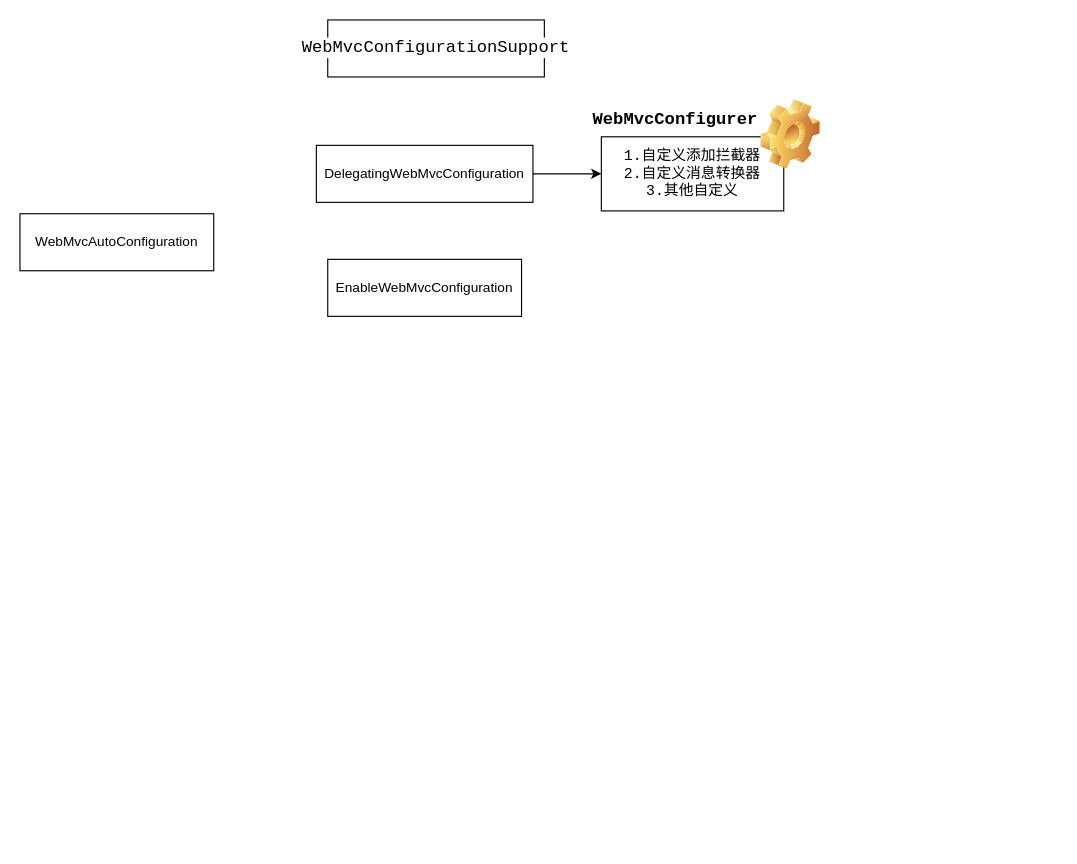
Before: src/Untitled Diagram.drawio in CoderUDream/JavaDemo, a draw.io diagram. Source tidied: cells renumbered, new cells numbered last; positions are measured from the earlier drawing's top-left corner, leaving out a move shared by most shapes. Both pictures are drawn from the tidied source at 114%, with x=0, y=0 at pixel (19, 19).
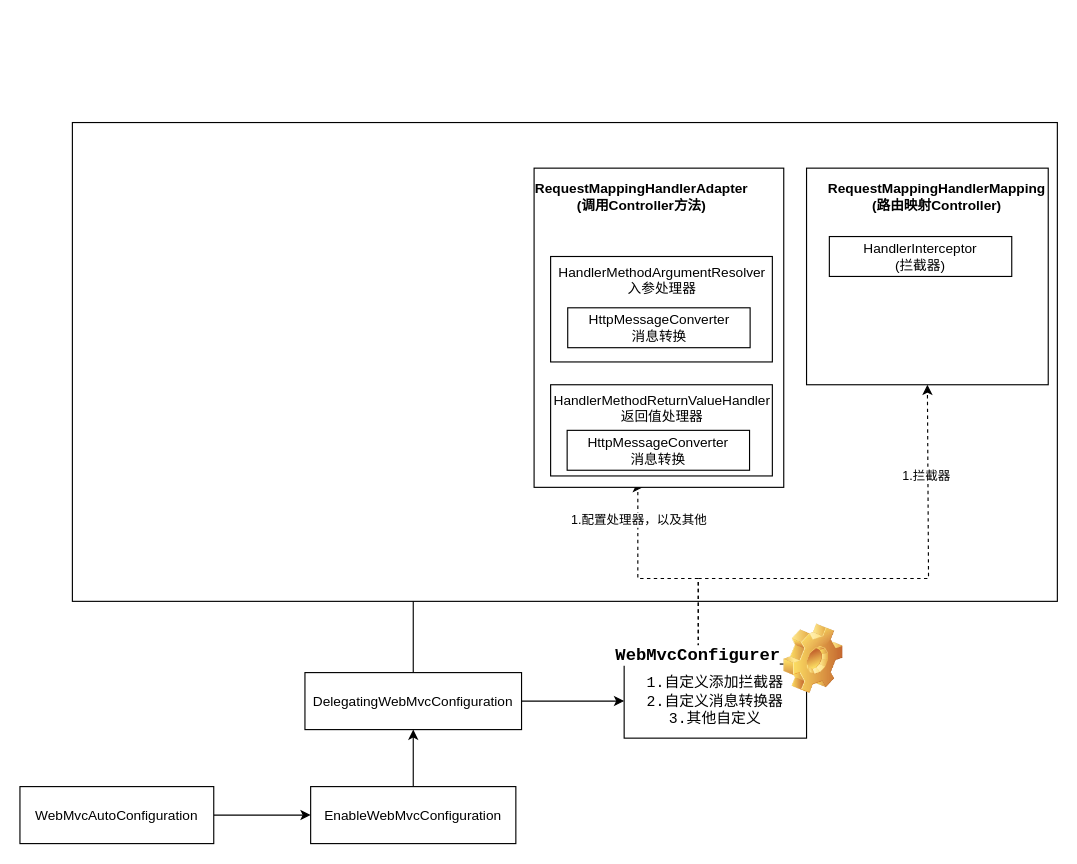
Above is the later version.

Diff of the diagram source:
```diff
@@
+    <mxCell id="10" style="edgeStyle=orthogonalEdgeStyle;rounded=0;jettySize=auto;html=1;fontColor=#000000;" parent="1" edge="1" source="2" target="3">
+      <mxGeometry relative="1" as="geometry" />
+    </mxCell>
     <mxCell id="2" value="WebMvcAutoConfiguration" style="rounded=0;whiteSpace=wrap;html=1;fillColor=#ffffff;" parent="1" vertex="1">
-      <mxGeometry y="170" width="170" height="50" as="geometry" />
+      <mxGeometry y="672.5" width="170" height="50" as="geometry" />
     </mxCell>
+    <mxCell id="11" style="edgeStyle=orthogonalEdgeStyle;rounded=0;jettySize=auto;html=1;fontColor=#000000;" parent="1" edge="1" source="3" target="5">
+      <mxGeometry relative="1" as="geometry" />
+    </mxCell>
     <mxCell id="3" value="EnableWebMvcConfiguration" style="rounded=0;whiteSpace=wrap;html=1;fillColor=#ffffff;" parent="1" vertex="1">
-      <mxGeometry x="270" y="210" width="170" height="50" as="geometry" />
+      <mxGeometry x="255" y="672.5" width="180" height="50" as="geometry" />
     </mxCell>
@@
+    <mxCell id="12" style="rounded=0;jettySize=auto;html=1;fontColor=#000000;exitX=0.5;exitY=0;exitDx=0;exitDy=0;edgeStyle=orthogonalEdgeStyle;" parent="1" edge="1" source="5">
+      <mxGeometry relative="1" as="geometry">
+        <mxPoint x="345" y="434" as="targetPoint" />
+      </mxGeometry>
+    </mxCell>
     <mxCell id="5" value="DelegatingWebMvcConfiguration" style="rounded=0;whiteSpace=wrap;html=1;fillColor=#ffffff;" parent="1" vertex="1">
-      <mxGeometry x="260" y="110" width="190" height="50" as="geometry" />
+      <mxGeometry x="250" y="572.5" width="190" height="50" as="geometry" />
     </mxCell>
-    <mxCell id="6" value="&lt;pre style=&quot;font-family: &amp;#34;jetbrains mono&amp;#34; , monospace ; font-size: 11.3pt&quot;&gt;&lt;font style=&quot;background-color: rgb(255 , 255 , 255)&quot;&gt;WebMvcConfigurationSupport&lt;/font&gt;&lt;/pre&gt;" style="rounded=0;whiteSpace=wrap;html=1;fillColor=#ffffff;" parent="1" vertex="1">
-      <mxGeometry x="270" width="190" height="50" as="geometry" />
+    <mxCell id="6" value="&lt;pre style=&quot;font-family: &amp;#34;jetbrains mono&amp;#34; , monospace ; font-size: 11.3pt&quot;&gt;&lt;br&gt;&lt;/pre&gt;" style="rounded=0;whiteSpace=wrap;html=1;fillColor=#ffffff;" parent="1" vertex="1">
+      <mxGeometry x="46" y="90" width="864" height="420" as="geometry" />
     </mxCell>
     <mxCell id="7" value="&lt;pre style=&quot;font-size: 13px ; font-family: &amp;#34;jetbrains mono&amp;#34; , monospace&quot;&gt;&lt;span style=&quot;background-color: rgb(255 , 255 , 255)&quot;&gt;1.&lt;/span&gt;自定义添加拦截器&lt;br&gt;2.自定义消息转换器&lt;br/&gt;3.其他自定义&lt;/pre&gt;" style="rounded=0;whiteSpace=wrap;html=1;" parent="1" vertex="1">
-      <mxGeometry x="510" y="102.5" width="160" height="65" as="geometry" />
+      <mxGeometry x="530" y="565" width="160" height="65" as="geometry" />
     </mxCell>
+    <mxCell id="9" style="shape=image;html=1;verticalLabelPosition=bottom;verticalAlign=top;imageAspect=1;image=img/clipart/Gear_128x128.png;rounded=0;fontColor=#000000;" parent="1" vertex="1">
+      <mxGeometry x="670" y="530" width="52" height="61" as="geometry" />
+    </mxCell>
+    <mxCell id="13" style="edgeStyle=orthogonalEdgeStyle;rounded=0;jettySize=auto;html=1;entryX=0.436;entryY=1;entryDx=0;entryDy=0;entryPerimeter=0;dashed=1;fontColor=#000000;" parent="1" edge="1" source="8" target="17">
+      <mxGeometry relative="1" as="geometry">
+        <Array as="points">
+          <mxPoint x="595" y="490" />
+          <mxPoint x="542" y="490" />
+          <mxPoint x="542" y="410" />
+        </Array>
+      </mxGeometry>
+    </mxCell>
+    <mxCell id="14" value="1.配置处理器，以及其他" style="edgeLabel;html=1;align=center;verticalAlign=middle;fontColor=#000000;" parent="13" vertex="1">
+      <mxGeometry x="0.67" relative="1" as="geometry" />
+    </mxCell>
+    <mxCell id="15" value="1.拦截器" style="edgeStyle=orthogonalEdgeStyle;rounded=0;jettySize=auto;html=1;entryX=0.5;entryY=1;entryDx=0;entryDy=0;dashed=1;fontColor=#000000;" parent="1" edge="1" source="8" target="16">
+      <mxGeometry x="0.63" y="1" relative="1" as="geometry">
+        <Array as="points">
+          <mxPoint x="595" y="490" />
+          <mxPoint x="797" y="490" />
+        </Array>
+      </mxGeometry>
+    </mxCell>
     <mxCell id="8" value="&lt;pre style=&quot;font-family: &amp;quot;jetbrains mono&amp;quot;, monospace; font-size: 11.3pt;&quot;&gt;&lt;span style=&quot;background-color: rgb(255 , 255 , 255)&quot;&gt;WebMvcConfigurer&lt;/span&gt;&lt;/pre&gt;" style="text;html=1;strokeColor=none;fillColor=none;align=center;verticalAlign=middle;whiteSpace=wrap;rounded=0;fontStyle=1;" parent="1" vertex="1">
-      <mxGeometry x="510" y="80" width="130" height="15" as="geometry" />
+      <mxGeometry x="530" y="550" width="130" height="15" as="geometry" />
     </mxCell>
-    <mxCell id="9" style="shape=image;html=1;verticalLabelPosition=bottom;verticalAlign=top;imageAspect=1;image=img/clipart/Gear_128x128.png;rounded=0;fontColor=#000000;" parent="1" vertex="1">
-      <mxGeometry x="650" y="70" width="52" height="61" as="geometry" />
-    </mxCell>
+    <mxCell id="16" style="rounded=0;whiteSpace=wrap;html=1;fontColor=#000000;" parent="1" vertex="1">
+      <mxGeometry x="690" y="130" width="212" height="190" as="geometry" />
+    </mxCell>
+    <mxCell id="17" style="rounded=0;whiteSpace=wrap;html=1;fontColor=#000000;" parent="1" vertex="1">
+      <mxGeometry x="451" y="130" width="219" height="280" as="geometry" />
+    </mxCell>
+    <mxCell id="18" value="&lt;b&gt;&lt;span&gt;RequestMappingHandlerAdapter&lt;/span&gt;&lt;br&gt;&lt;span&gt;(调用Controller方法)&lt;/span&gt;&lt;/b&gt;" style="text;html=1;align=center;verticalAlign=middle;strokeColor=none;fontColor=#000000;" parent="1" vertex="1">
+      <mxGeometry x="445" y="140" width="200" height="30" as="geometry" />
+    </mxCell>
+    <mxCell id="19" value="&lt;b&gt;&lt;span&gt;RequestMappingHandlerMapping&lt;/span&gt;&lt;br&gt;&lt;span&gt;(路由映射Controller)&lt;/span&gt;&lt;/b&gt;" style="text;html=1;align=center;verticalAlign=middle;strokeColor=none;fontColor=#000000;" parent="1" vertex="1">
+      <mxGeometry x="699" y="140" width="210" height="30" as="geometry" />
+    </mxCell>
+    <mxCell id="20" value="HandlerMethodArgumentResolver&lt;br&gt;入参处理器" style="rounded=0;whiteSpace=wrap;html=1;fontColor=#000000;verticalAlign=top;" parent="1" vertex="1">
+      <mxGeometry x="465.5" y="207.5" width="194.5" height="92.5" as="geometry" />
+    </mxCell>
+    <mxCell id="21" value="HandlerMethodReturnValueHandler&lt;br&gt;返回值处理器" style="rounded=0;whiteSpace=wrap;html=1;fontColor=#000000;verticalAlign=top;" parent="1" vertex="1">
+      <mxGeometry x="465.5" y="320" width="194.5" height="80" as="geometry" />
+    </mxCell>
+    <mxCell id="22" value="HandlerInterceptor&lt;br&gt;(拦截器)" style="rounded=0;whiteSpace=wrap;html=1;fontColor=#000000;" parent="1" vertex="1">
+      <mxGeometry x="710" y="190" width="160" height="35" as="geometry" />
+    </mxCell>
+    <mxCell id="23" value="HttpMessageConverter&lt;br&gt;消息转换" style="rounded=0;whiteSpace=wrap;html=1;fontColor=#000000;" parent="1" vertex="1">
+      <mxGeometry x="480" y="360" width="160" height="35" as="geometry" />
+    </mxCell>
+    <mxCell id="24" value="HttpMessageConverter&lt;br&gt;消息转换" style="rounded=0;whiteSpace=wrap;html=1;fontColor=#000000;" parent="1" vertex="1">
+      <mxGeometry x="480.5" y="252.5" width="160" height="35" as="geometry" />
+    </mxCell>
```
